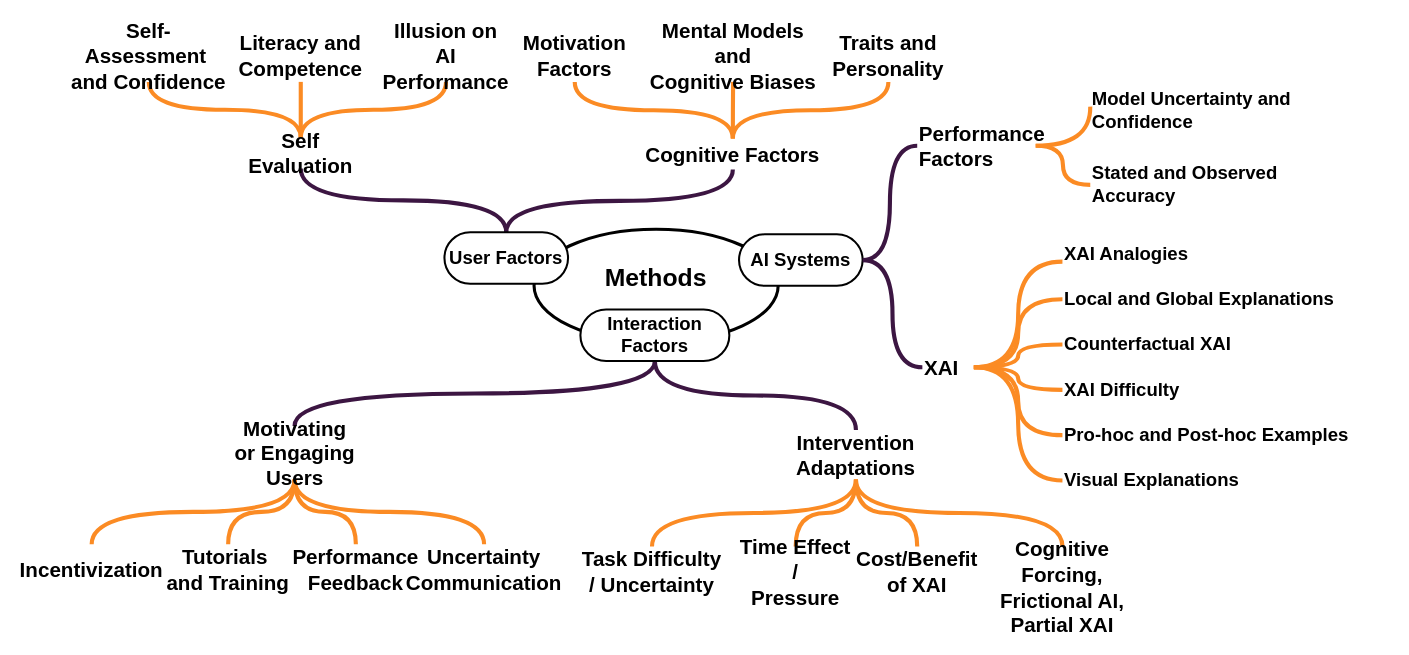
Before: ext/chi-rev-method-overview.drawio in raeeschaudhary/Coursera_Exams, a draw.io diagram. Source tidied: cells renumbered, new cells numbered last; positions are measured from the earlier drawing's top-left corner, leaving out a move shared by most shapes. Both pictures are drawn from the tidied source at 103%, with x=0, y=0 at pixel (18, 30).
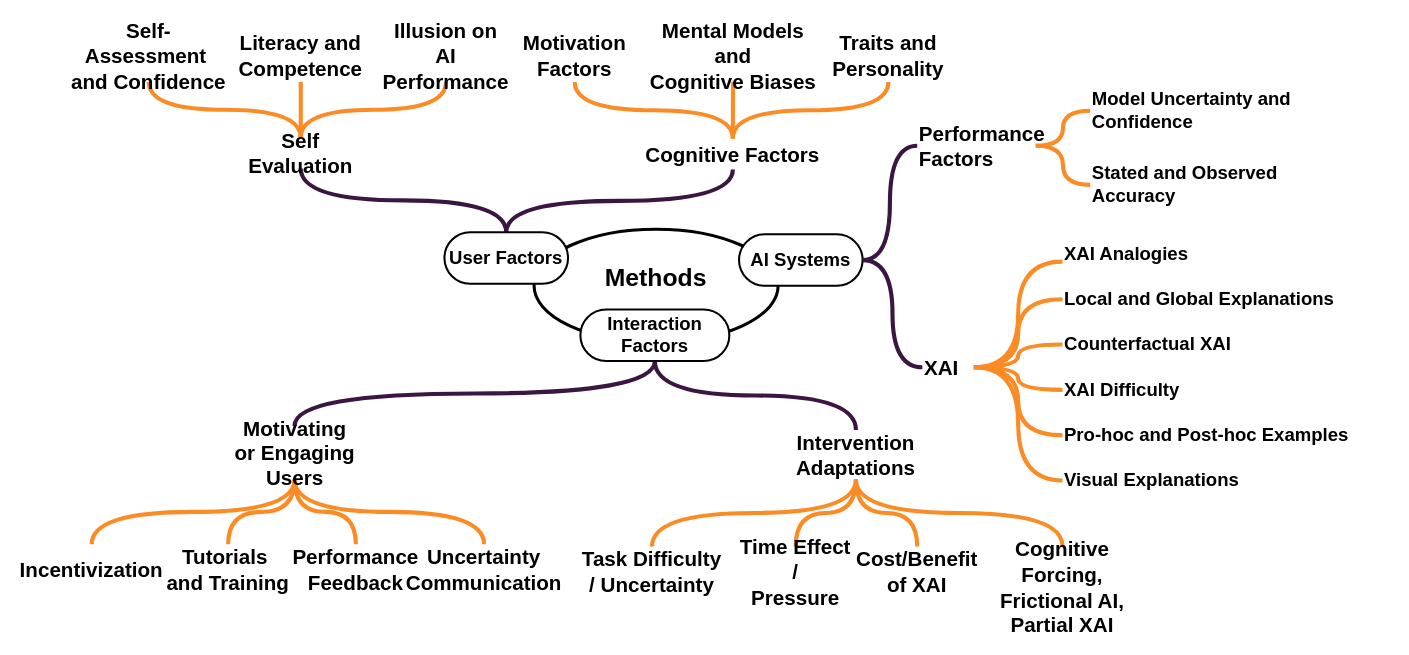
After the change.

The change refers to these unchanged cells:
```xml
<mxCell id="11" value="&lt;span style=&quot;&quot;&gt;Performance&amp;nbsp;&lt;/span&gt;&lt;div&gt;&lt;span style=&quot;&quot;&gt;Factors&lt;/span&gt;&lt;/div&gt;" style="text;html=1;whiteSpace=wrap;strokeColor=none;fillColor=none;align=left;verticalAlign=middle;rounded=0;fontFamily=corbel;fontStyle=1;fontSize=20;" parent="1" vertex="1">
  <mxGeometry x="873" y="97" width="115" height="30" as="geometry" />
</mxCell>
<mxCell id="15" value="&lt;span&gt;&lt;span&gt;Model Uncertainty and Confidence&lt;/span&gt;&lt;/span&gt;" style="text;html=1;whiteSpace=wrap;strokeColor=none;fillColor=none;align=left;verticalAlign=middle;rounded=0;fontFamily=corbel;fontSize=18;fontStyle=1;" parent="1" vertex="1">
  <mxGeometry x="1041" y="63" width="277" height="30" as="geometry" />
</mxCell>
```

Change to the diagram source:
```diff
@@
-    <mxCell id="17" style="edgeStyle=orthogonalEdgeStyle;rounded=0;jettySize=auto;html=1;exitX=1;exitY=0.5;exitDx=0;exitDy=0;entryX=0;entryY=0.5;entryDx=0;entryDy=0;strokeWidth=4;curved=1;endArrow=none;endFill=0;strokeColor=#FB8B24;" parent="1" edge="1" source="11">
-      <mxGeometry relative="1" as="geometry">
-        <mxPoint x="1041" y="74" as="targetPoint" />
-      </mxGeometry>
-    </mxCell>
@@
+    <mxCell id="62" style="edgeStyle=orthogonalEdgeStyle;rounded=0;jettySize=auto;html=1;exitX=1;exitY=0.5;exitDx=0;exitDy=0;entryX=0;entryY=0.5;entryDx=0;entryDy=0;strokeWidth=4;curved=1;endArrow=none;endFill=0;strokeColor=#FB8B24;" parent="1" edge="1" source="11" target="15">
+      <mxGeometry relative="1" as="geometry" />
+    </mxCell>
```
